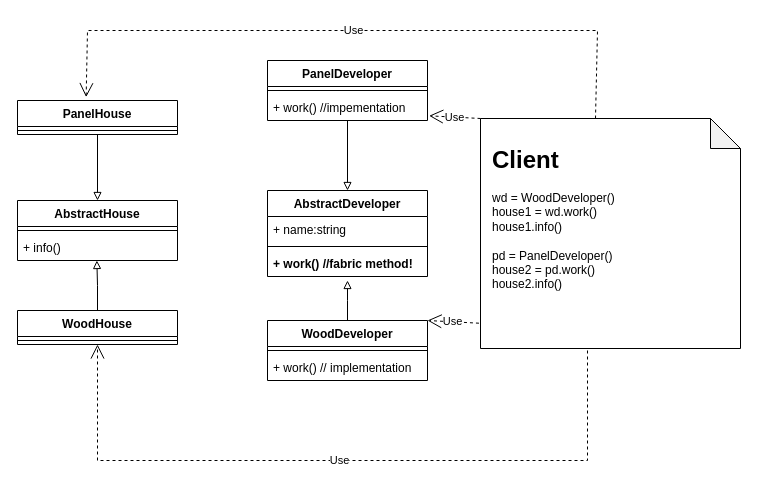
The draw.io diagram img/fabric_method.drawio in ElenaShargina/patterns, before the edit. Source tidied: cells renumbered, new cells numbered last; positions are measured from the earlier drawing's top-left corner, leaving out a move shared by most shapes. Both pictures are drawn from the tidied source at 100%, with x=0, y=0 at pixel (17, 30).
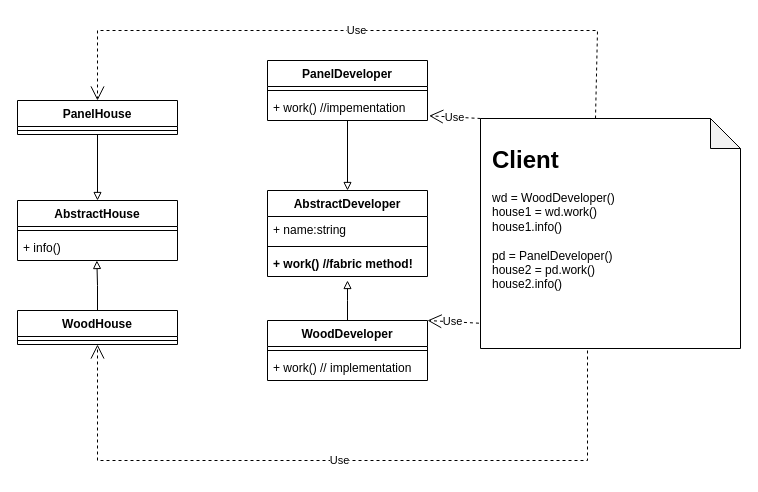
The same page after the edit.

Commit message (it also covers changes not shown here):
Added Factory method

The change refers to these unchanged cells:
```xml
<mxCell id="9" value="PanelHouse" style="swimlane;fontStyle=1;align=center;verticalAlign=top;horizontal=1;startSize=26;" parent="1" vertex="1">
  <mxGeometry y="70" width="160" height="34" as="geometry" />
</mxCell>
<mxCell id="24" style="shape=note;whiteSpace=wrap;html=1;backgroundOutline=1;darkOpacity=0.05;" parent="23" vertex="1">
  <mxGeometry width="260" height="230" as="geometry" />
</mxCell>
```

What changed in the source:
```diff
@@
-    <mxCell id="29" value="Use" style="endArrow=open;endSize=12;dashed=1;html=1;rounded=0;exitX=0;exitY=0;exitDx=115;exitDy=0;exitPerimeter=0;entryX=0.429;entryY=-0.098;entryDx=0;entryDy=0;entryPerimeter=0;" parent="1" edge="1" source="24" target="9">
+    <mxCell id="29" value="Use" style="endArrow=open;endSize=12;dashed=1;html=1;rounded=0;exitX=0;exitY=0;exitDx=115;exitDy=0;exitPerimeter=0;entryX=0.5;entryY=0;entryDx=0;entryDy=0;" parent="1" edge="1" source="24" target="9">
       <mxGeometry relative="1" as="geometry">
         <Array as="points">
           <mxPoint x="580" />
-          <mxPoint x="70" />
+          <mxPoint x="80" />
         </Array>
       </mxGeometry>
     </mxCell>
```
